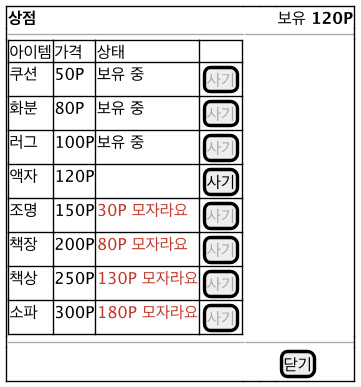
Above: docs/diagrams/ui-shop.png in 2026-2-software-system-design-11/planning-pet-app (PlantUML), before the change.
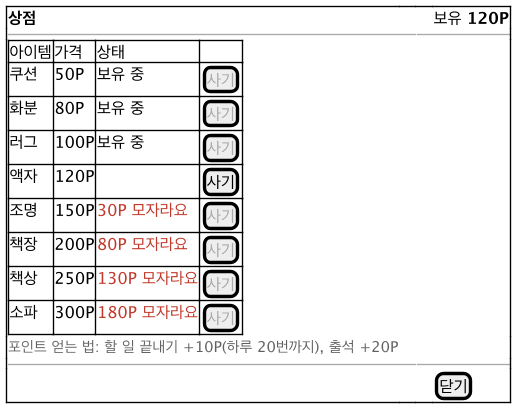
After the commit.

What changed in the source:
```diff
@@ -14,6 +14,7 @@
     책상 | 250P | <color:#C0392B>130P 모자라요</color> | [<color:#AAAAAA>사기</color>]
     소파 | 300P | <color:#C0392B>180P 모자라요</color> | [<color:#AAAAAA>사기</color>]
   }
+  <size:11><color:#666666>포인트 얻는 법: 할 일 끝내기 +10P(하루 20번까지), 출석 +20P</color></size> | . | . | .
   --|--|--|--
   . | . | . | [닫기]
 }
```
